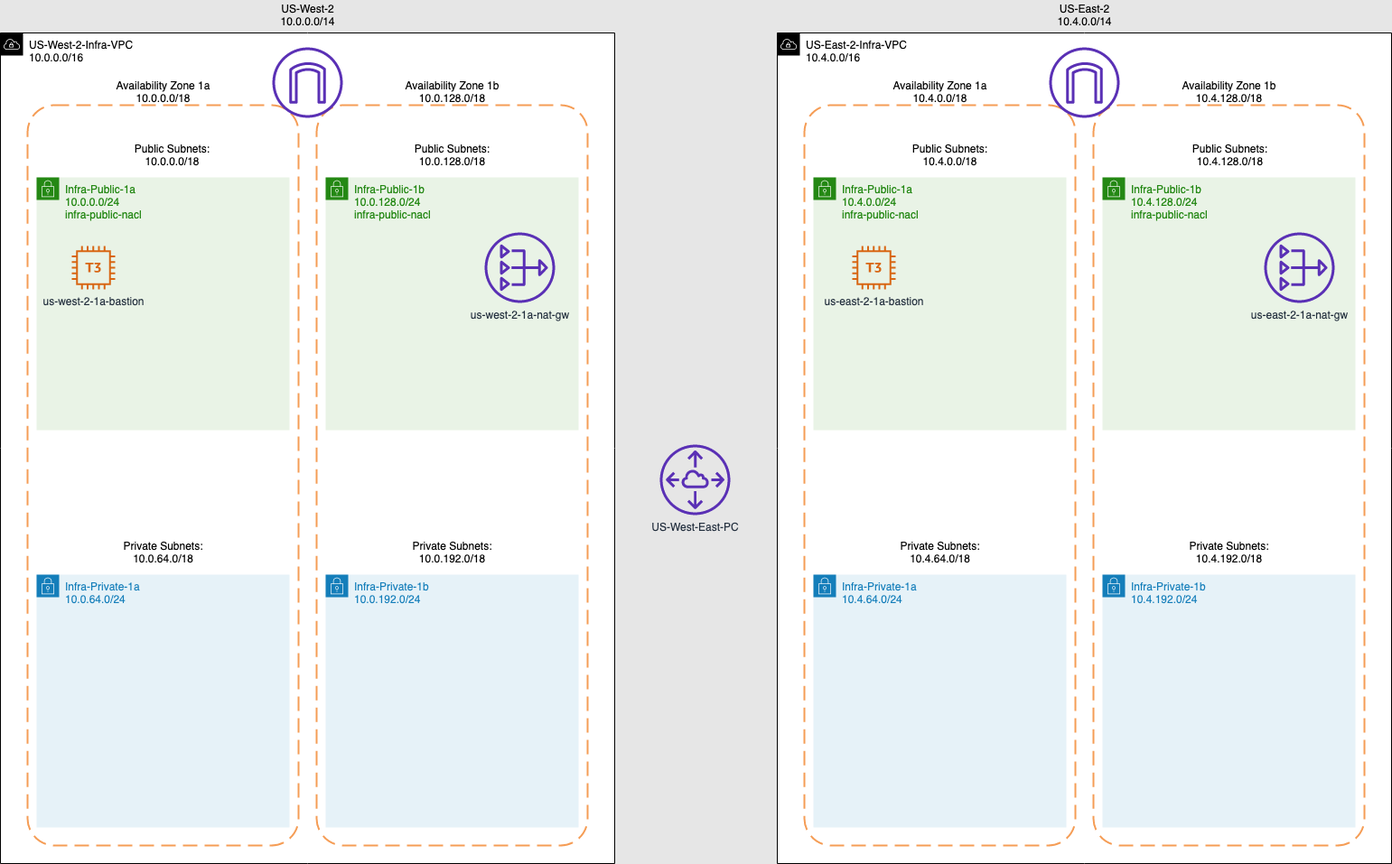
Earlier version of the draw.io export aws-infra-topology.png (that1guy15/aws-infra-terraform). Source tidied: cells renumbered, new cells last; positions are measured from the earlier drawing's top-left corner, leaving out a move shared by most shapes.
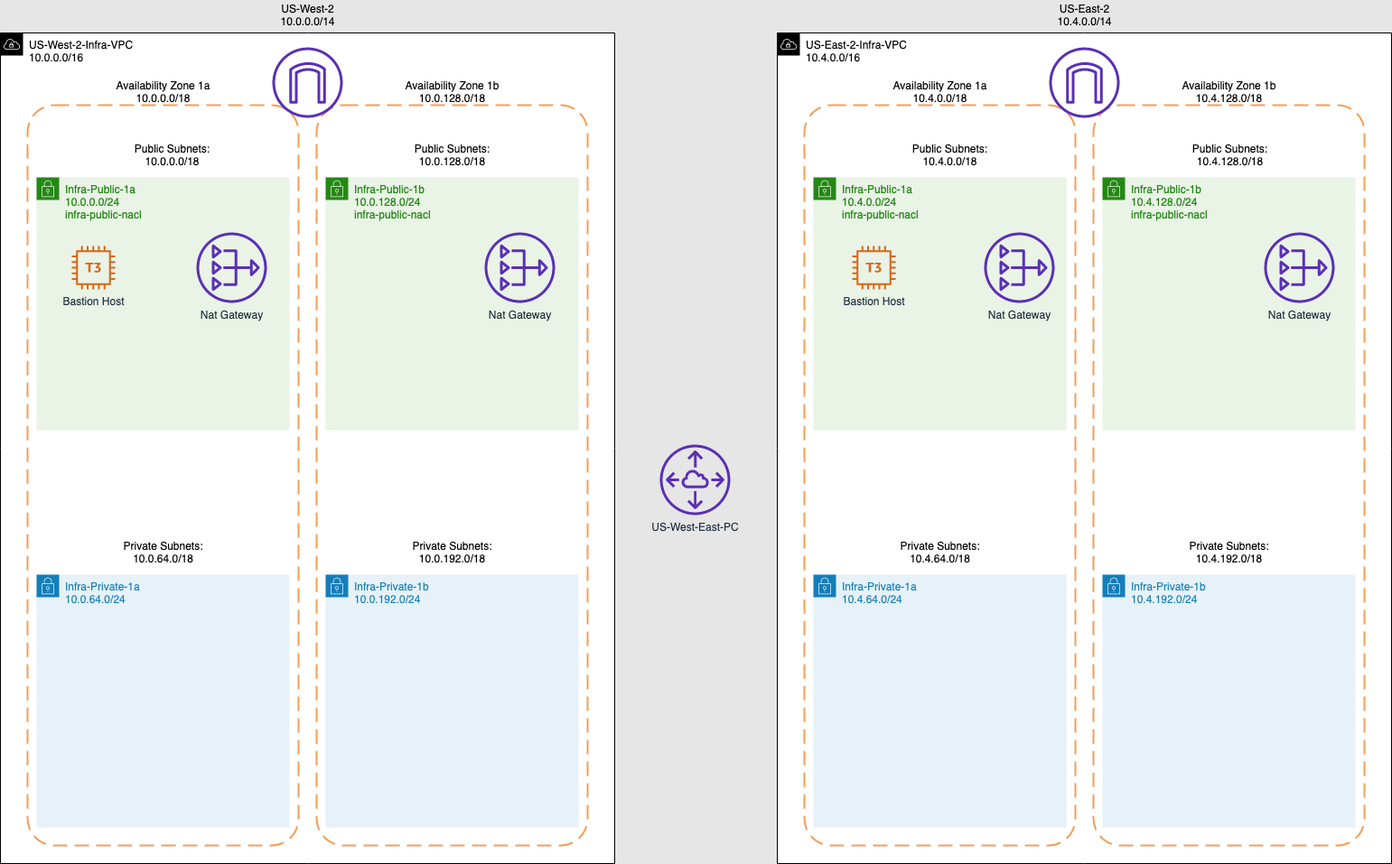
After the commit.

What changed in the source:
```diff
@@ -89,10 +89,10 @@
     <mxCell id="30" value="US-West-East-PC" style="fontColor=#232F3E;gradientColor=none;fillColor=#5A30B5;strokeColor=none;dashed=0;verticalLabelPosition=bottom;verticalAlign=top;align=center;html=1;fontSize=12;fontStyle=0;shape=mxgraph.aws4.peering;" parent="1" vertex="1">
       <mxGeometry x="730" y="492" width="78" height="78" as="geometry" />
     </mxCell>
-    <mxCell id="31" value="us-west-2-1a-bastion&lt;br&gt;" style="fontColor=#232F3E;gradientColor=none;fillColor=#D86613;strokeColor=none;dashed=0;verticalLabelPosition=bottom;verticalAlign=top;align=center;html=1;fontSize=12;fontStyle=0;shape=mxgraph.aws4.t3_instance;" parent="1" vertex="1">
+    <mxCell id="31" value="Bastion Host" style="fontColor=#232F3E;gradientColor=none;fillColor=#D86613;strokeColor=none;dashed=0;verticalLabelPosition=bottom;verticalAlign=top;align=center;html=1;fontSize=12;fontStyle=0;shape=mxgraph.aws4.t3_instance;" parent="1" vertex="1">
       <mxGeometry x="79" y="272" width="48" height="48" as="geometry" />
     </mxCell>
-    <mxCell id="32" value="us-east-2-1a-bastion" style="fontColor=#232F3E;gradientColor=none;fillColor=#D86613;strokeColor=none;dashed=0;verticalLabelPosition=bottom;verticalAlign=top;align=center;html=1;fontSize=12;fontStyle=0;shape=mxgraph.aws4.t3_instance;" parent="1" vertex="1">
+    <mxCell id="32" value="Bastion Host" style="fontColor=#232F3E;gradientColor=none;fillColor=#D86613;strokeColor=none;dashed=0;verticalLabelPosition=bottom;verticalAlign=top;align=center;html=1;fontSize=12;fontStyle=0;shape=mxgraph.aws4.t3_instance;" parent="1" vertex="1">
       <mxGeometry x="943" y="272" width="48" height="48" as="geometry" />
     </mxCell>
     <mxCell id="33" style="fontColor=#232F3E;gradientColor=none;fillColor=#5A30B5;strokeColor=none;dashed=0;verticalLabelPosition=bottom;verticalAlign=top;align=center;html=1;fontSize=12;fontStyle=0;shape=mxgraph.aws4.internet_gateway;" parent="1" vertex="1">
@@ -101,11 +101,17 @@
     <mxCell id="34" style="fontColor=#232F3E;gradientColor=none;fillColor=#5A30B5;strokeColor=none;dashed=0;verticalLabelPosition=bottom;verticalAlign=top;align=center;html=1;fontSize=12;fontStyle=0;shape=mxgraph.aws4.internet_gateway;" parent="1" vertex="1">
       <mxGeometry x="1161" y="52" width="78" height="78" as="geometry" />
     </mxCell>
-    <mxCell id="35" value="us-west-2-1a-nat-gw" style="fontColor=#232F3E;gradientColor=none;fillColor=#5A30B5;strokeColor=none;dashed=0;verticalLabelPosition=bottom;verticalAlign=top;align=center;html=1;fontSize=12;fontStyle=0;shape=mxgraph.aws4.nat_gateway;" parent="1" vertex="1">
+    <mxCell id="35" value="Nat Gateway" style="fontColor=#232F3E;gradientColor=none;fillColor=#5A30B5;strokeColor=none;dashed=0;verticalLabelPosition=bottom;verticalAlign=top;align=center;html=1;fontSize=12;fontStyle=0;shape=mxgraph.aws4.nat_gateway;" parent="1" vertex="1">
       <mxGeometry x="536" y="257" width="78" height="78" as="geometry" />
     </mxCell>
-    <mxCell id="36" value="us-east-2-1a-nat-gw" style="fontColor=#232F3E;gradientColor=none;fillColor=#5A30B5;strokeColor=none;dashed=0;verticalLabelPosition=bottom;verticalAlign=top;align=center;html=1;fontSize=12;fontStyle=0;shape=mxgraph.aws4.nat_gateway;" parent="1" vertex="1">
+    <mxCell id="36" value="Nat Gateway" style="fontColor=#232F3E;gradientColor=none;fillColor=#5A30B5;strokeColor=none;dashed=0;verticalLabelPosition=bottom;verticalAlign=top;align=center;html=1;fontSize=12;fontStyle=0;shape=mxgraph.aws4.nat_gateway;" parent="1" vertex="1">
       <mxGeometry x="1399" y="257" width="78" height="78" as="geometry" />
     </mxCell>
+    <mxCell id="37" value="Nat Gateway" style="fontColor=#232F3E;gradientColor=none;fillColor=#5A30B5;strokeColor=none;dashed=0;verticalLabelPosition=bottom;verticalAlign=top;align=center;html=1;fontSize=12;fontStyle=0;shape=mxgraph.aws4.nat_gateway;" parent="1" vertex="1">
+      <mxGeometry x="217" y="257" width="78" height="78" as="geometry" />
+    </mxCell>
+    <mxCell id="38" value="Nat Gateway" style="fontColor=#232F3E;gradientColor=none;fillColor=#5A30B5;strokeColor=none;dashed=0;verticalLabelPosition=bottom;verticalAlign=top;align=center;html=1;fontSize=12;fontStyle=0;shape=mxgraph.aws4.nat_gateway;" parent="1" vertex="1">
+      <mxGeometry x="1089" y="257" width="78" height="78" as="geometry" />
+    </mxCell>
   </root>
 </mxGraphModel>
```
